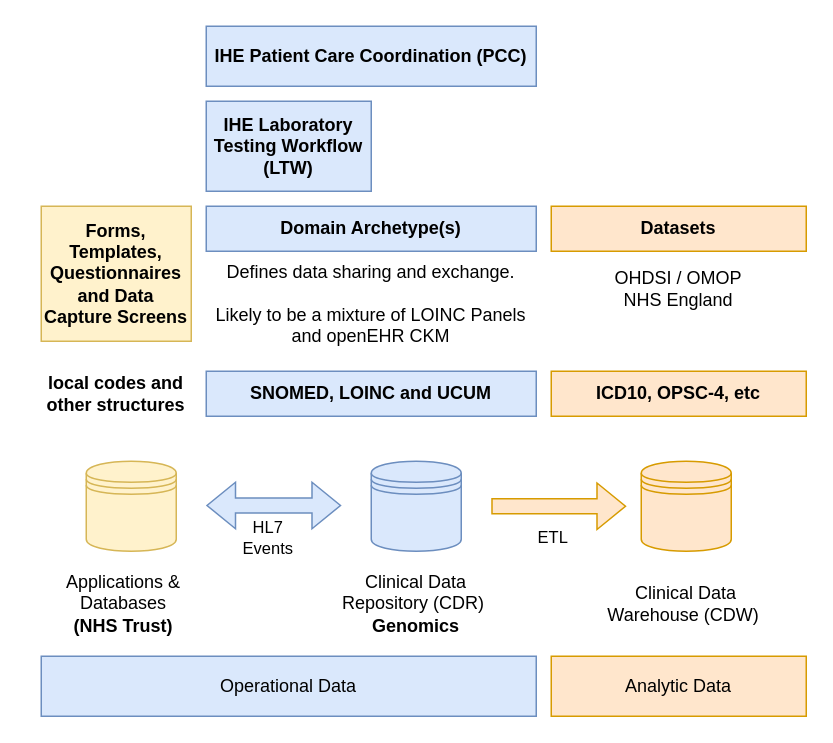
nw-gmsa/nw-gmsa.github.com keeps this draw.io diagram as DrawIo/DataMesh.drawio. Above is the earlier version. Source tidied: cells renumbered, new cells numbered last; positions are measured from the earlier drawing's top-left corner, leaving out a move shared by most shapes. Both pictures are drawn from the tidied source at 150%, with x=0, y=0 at pixel (26, 26).
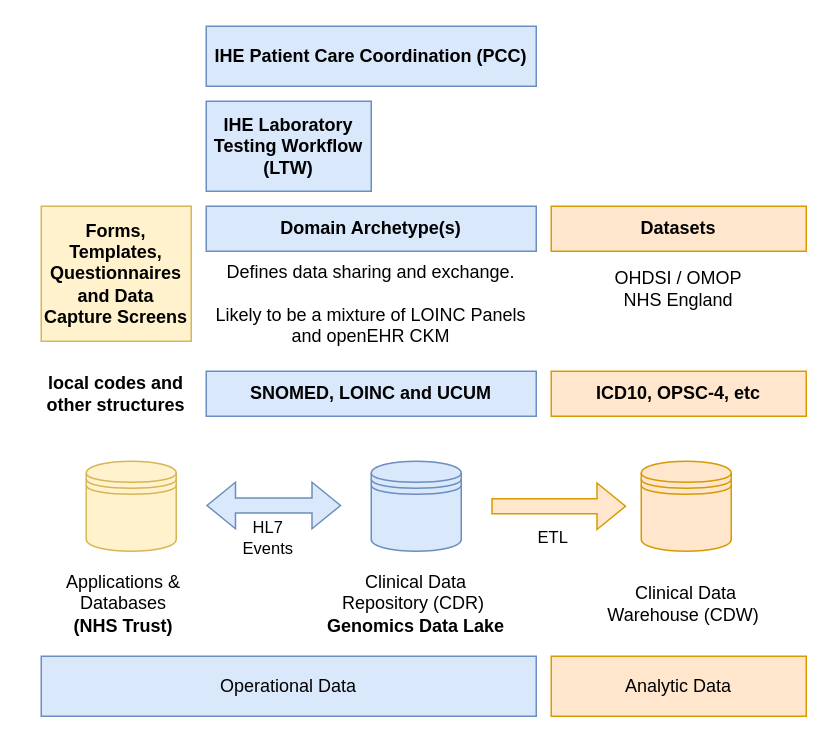
After the change.

Commit message (it also covers changes not shown here):
Overview data

Diff of the diagram source:
```diff
@@
-    <mxCell id="4" value="Clinical Data Repository (CDR)&amp;nbsp;&lt;br&gt;&lt;b&gt;Genomics&lt;/b&gt;" style="text;html=1;align=center;verticalAlign=middle;whiteSpace=wrap;rounded=0;" parent="1" vertex="1">
+    <mxCell id="4" value="Clinical Data Repository (CDR)&amp;nbsp;&lt;br&gt;&lt;b&gt;Genomics Data Lake&lt;/b&gt;" style="text;html=1;align=center;verticalAlign=middle;whiteSpace=wrap;rounded=0;" parent="1" vertex="1">
       <mxGeometry x="195" y="370" width="130" height="30" as="geometry" />
     </mxCell>
```
